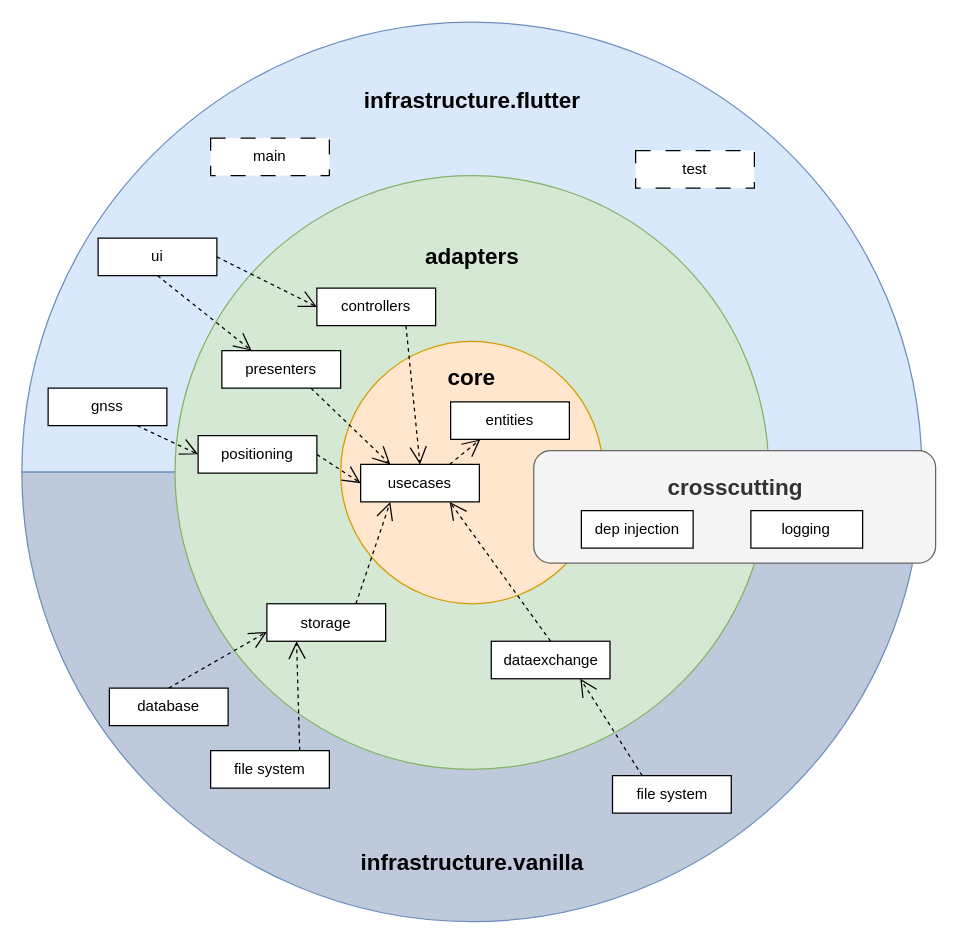
This is doc/sysarc-overview.drawio from aardjon/trad, a draw.io file, before an edit. Source tidied: cells renumbered, new cells numbered last; positions are measured from the earlier drawing's top-left corner, leaving out a move shared by most shapes. Both pictures are drawn from the tidied source at 125%, with x=0, y=0 at pixel (21, 21).
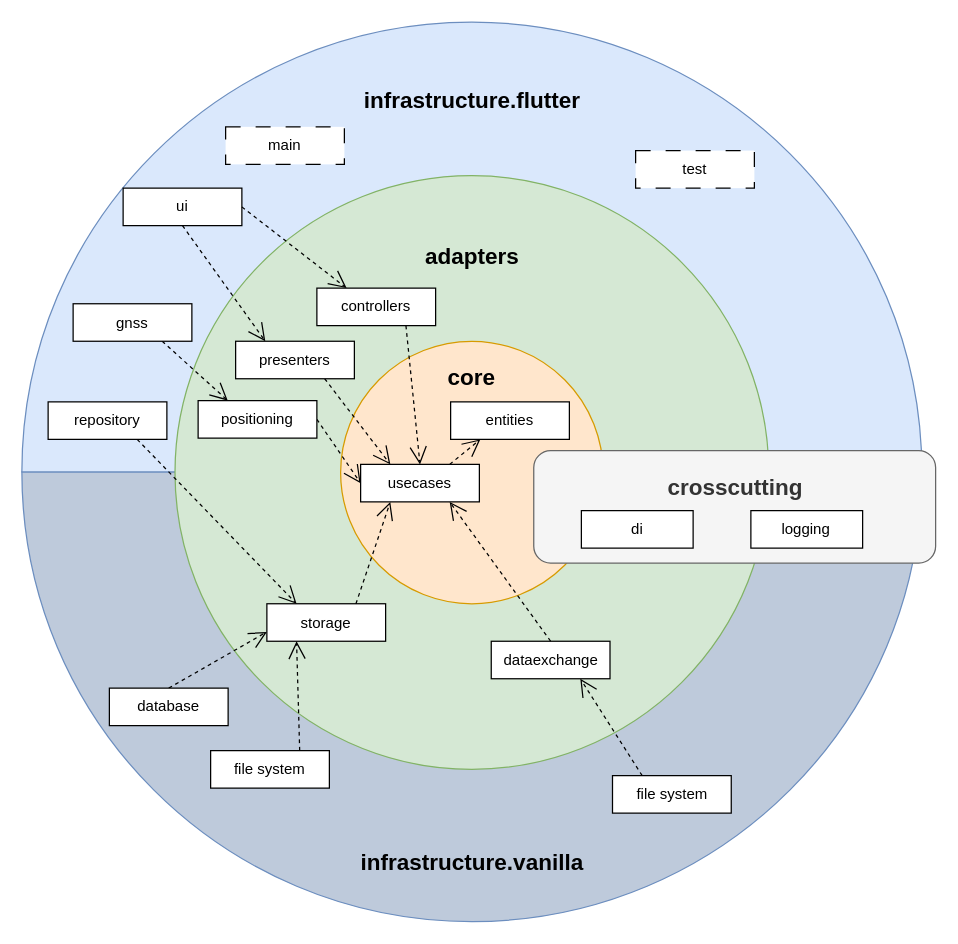
Above is the later version.

Commit message (it also covers changes not shown here):
📝 Update architecture diagrams

The change refers to these unchanged cells:
```xml
<mxCell id="16" value="storage" style="html=1;whiteSpace=wrap;" parent="1" vertex="1">
  <mxGeometry x="196" y="465.5" width="95" height="30" as="geometry" />
</mxCell>
<mxCell id="29" value="controllers" style="html=1;whiteSpace=wrap;" parent="1" vertex="1">
  <mxGeometry x="236" y="213" width="95" height="30" as="geometry" />
</mxCell>
<mxCell id="34" style="group;" parent="1" vertex="1">
  <mxGeometry x="409.5" y="343" width="321.5" height="90" as="geometry" />
</mxCell>
```

Change to the diagram source:
```diff
@@
-    <mxCell id="7" style="endArrow=open;endSize=12;dashed=1;html=1;rounded=0;exitX=0.75;exitY=1;exitDx=0;exitDy=0;entryX=0;entryY=0.5;entryDx=0;entryDy=0;" parent="1" edge="1" source="19" target="12">
+    <mxCell id="7" style="endArrow=open;endSize=12;dashed=1;html=1;rounded=0;exitX=0.75;exitY=1;exitDx=0;exitDy=0;entryX=0.25;entryY=0;entryDx=0;entryDy=0;" parent="1" edge="1" source="19" target="12">
       <mxGeometry relative="1" as="geometry" />
     </mxCell>
@@
     <mxCell id="12" value="positioning" style="html=1;whiteSpace=wrap;" parent="1" vertex="1">
-      <mxGeometry x="141" y="331" width="95" height="30" as="geometry" />
+      <mxGeometry x="141" y="303" width="95" height="30" as="geometry" />
     </mxCell>
@@
     <mxCell id="15" value="presenters" style="html=1;whiteSpace=wrap;" parent="1" vertex="1">
-      <mxGeometry x="160" y="263" width="95" height="30" as="geometry" />
+      <mxGeometry x="171" y="255.5" width="95" height="30" as="geometry" />
     </mxCell>
@@
     <mxCell id="18" value="ui" style="html=1;whiteSpace=wrap;" parent="1" vertex="1">
-      <mxGeometry x="61" y="173" width="95" height="30" as="geometry" />
+      <mxGeometry x="81" y="133" width="95" height="30" as="geometry" />
     </mxCell>
     <mxCell id="19" value="gnss" style="html=1;whiteSpace=wrap;" parent="1" vertex="1">
-      <mxGeometry x="21" y="293" width="95" height="30" as="geometry" />
+      <mxGeometry x="41" y="225.5" width="95" height="30" as="geometry" />
     </mxCell>
@@
     <mxCell id="23" value="main" style="html=1;whiteSpace=wrap;dashed=1;dashPattern=12 12;" parent="1" vertex="1">
-      <mxGeometry x="151" y="93" width="95" height="30" as="geometry" />
+      <mxGeometry x="163" y="84" width="95" height="30" as="geometry" />
     </mxCell>
@@
-    <mxCell id="31" style="endArrow=open;endSize=12;dashed=1;html=1;rounded=0;exitX=1;exitY=0.5;exitDx=0;exitDy=0;entryX=0;entryY=0.5;entryDx=0;entryDy=0;" parent="1" edge="1" source="18" target="29">
+    <mxCell id="31" style="endArrow=open;endSize=12;dashed=1;html=1;rounded=0;exitX=1;exitY=0.5;exitDx=0;exitDy=0;entryX=0.25;entryY=0;entryDx=0;entryDy=0;" parent="1" edge="1" source="18" target="29">
       <mxGeometry relative="1" as="geometry" />
     </mxCell>
@@
-    <mxCell id="36" value="dep injection" style="html=1;whiteSpace=wrap;" parent="34" vertex="1">
+    <mxCell id="36" value="di" style="html=1;whiteSpace=wrap;" parent="34" vertex="1">
       <mxGeometry x="38.1" y="48" width="89.4" height="30" as="geometry" />
     </mxCell>
@@
+    <mxCell id="38" value="repository" style="html=1;whiteSpace=wrap;" parent="1" vertex="1">
+      <mxGeometry x="21" y="304" width="95" height="30" as="geometry" />
+    </mxCell>
+    <mxCell id="39" style="endArrow=open;endSize=12;dashed=1;html=1;rounded=0;exitX=0.75;exitY=1;exitDx=0;exitDy=0;entryX=0.25;entryY=0;entryDx=0;entryDy=0;" parent="1" edge="1" source="38" target="16">
+      <mxGeometry relative="1" as="geometry" />
+    </mxCell>
```
